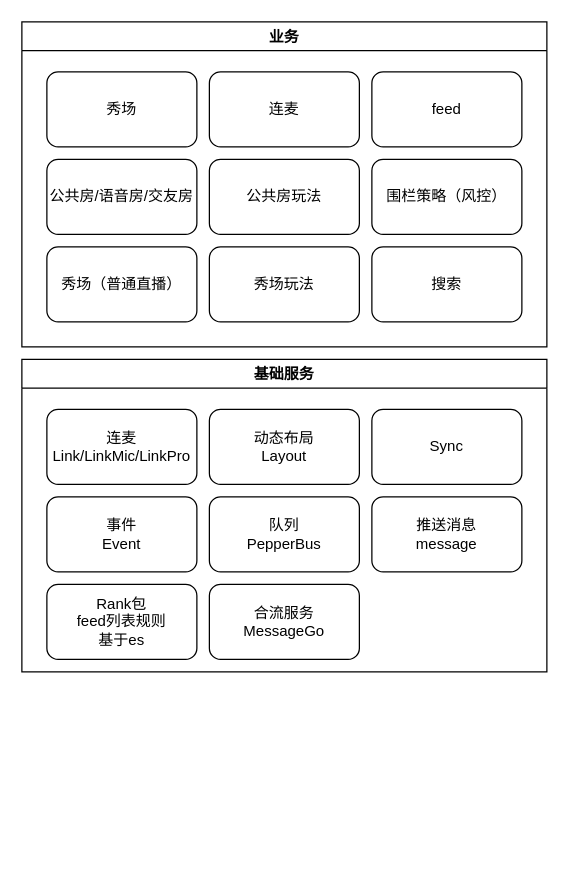
Above: page "业务架构" (2 of 6) of pepper/直播系统-live.drawio in wclssdn/draw.io (draw.io), before the change. Source tidied: cells renumbered, new cells numbered last; positions are measured from the earlier drawing's top-left corner, leaving out a move shared by most shapes. Both pictures are drawn from the tidied source at 125%, with x=0, y=0 at pixel (21, 21).
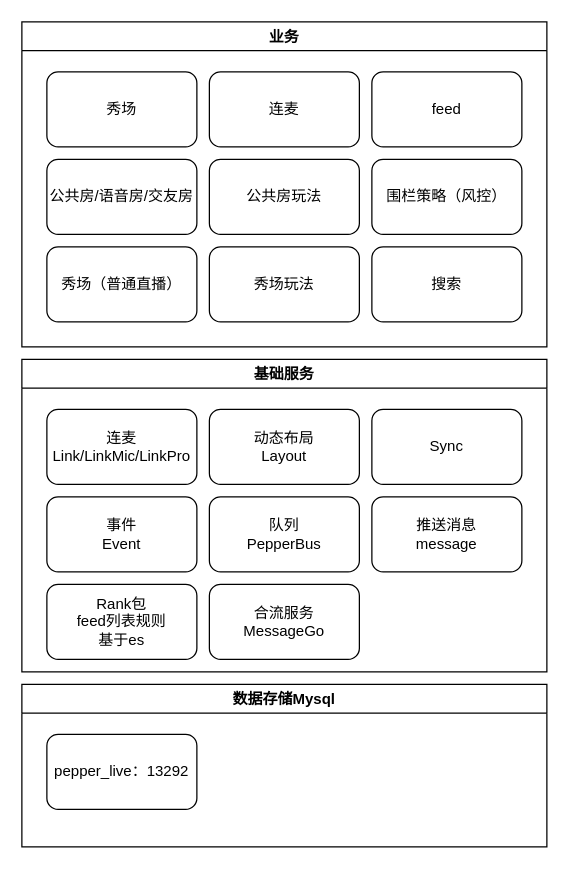
After the change.

Diff of the diagram source:
```diff
@@
+    <mxCell id="21" value="数据存储Mysql" style="swimlane;" parent="1" vertex="1">
+      <mxGeometry y="530" width="420" height="130" as="geometry" />
+    </mxCell>
+    <mxCell id="22" value="pepper_live：13292" style="rounded=1;whiteSpace=wrap;html=1;" parent="21" vertex="1">
+      <mxGeometry x="20" y="40" width="120" height="60" as="geometry" />
+    </mxCell>
```
